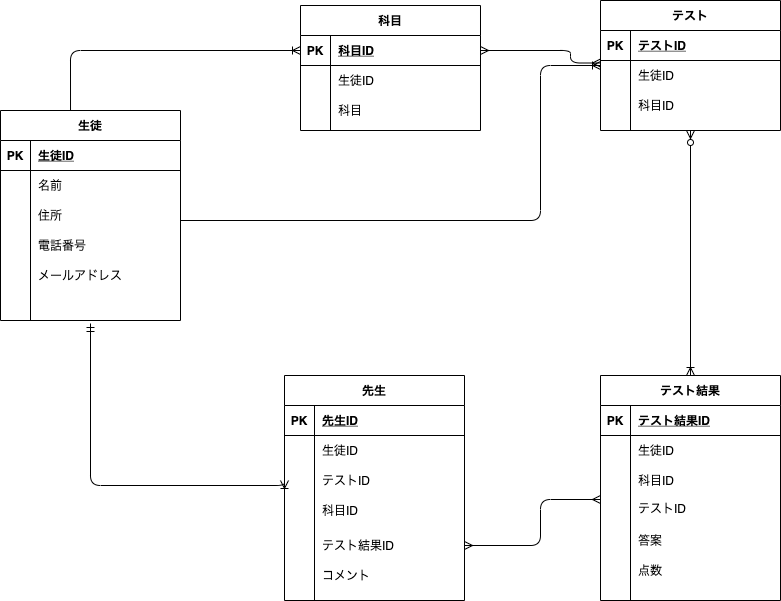
Ufaa/DB20210802goto keeps this draw.io diagram as ERtest.drawio.png. Above is the earlier version. Source tidied: cells renumbered, new cells last; positions are measured from the earlier drawing's top-left corner, leaving out a move shared by most shapes.
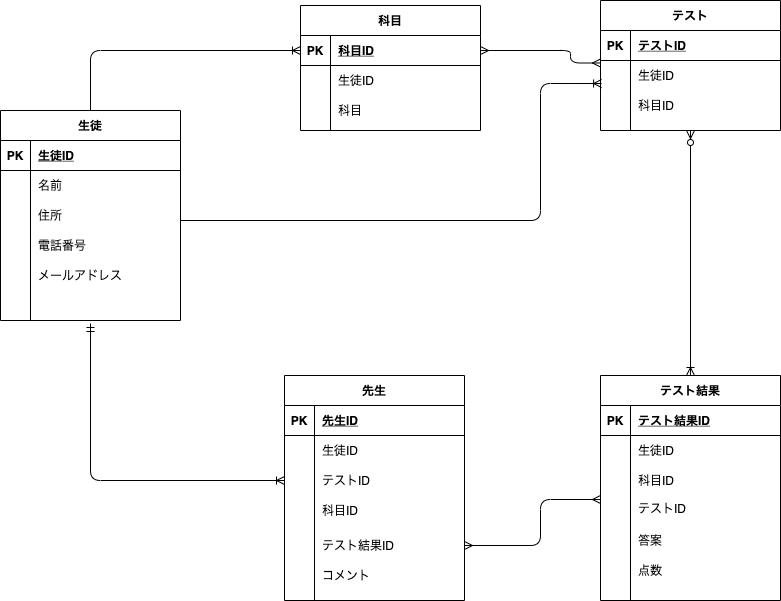
The same diagram one commit later.

What changed in the source:
```diff
@@ -209,7 +209,7 @@
     <mxCell id="70" style="fontSize=12;html=1;endArrow=ERoneToMany;startArrow=ERmandOne;entryX=0;entryY=0.5;entryDx=0;entryDy=0;exitX=0.5;exitY=1.1;exitDx=0;exitDy=0;exitPerimeter=0;edgeStyle=orthogonalEdgeStyle;" parent="1" edge="1" source="47" target="9">
       <mxGeometry relative="1" as="geometry">
         <Array as="points">
-          <mxPoint x="90" y="485" />
+          <mxPoint x="90" y="480" />
         </Array>
       </mxGeometry>
     </mxCell>
@@ -260,18 +260,17 @@
         </Array>
       </mxGeometry>
     </mxCell>
+    <mxCell id="84" style="edgeStyle=orthogonalEdgeStyle;fontSize=12;html=1;endArrow=ERoneToMany;exitX=0.389;exitY=0;exitDx=0;exitDy=0;exitPerimeter=0;entryX=0.006;entryY=0.767;entryDx=0;entryDy=0;entryPerimeter=0;" parent="1" edge="1" target="25">
+      <mxGeometry relative="1" as="geometry">
+        <mxPoint x="180" y="220" as="sourcePoint" />
+        <Array as="points">
+          <mxPoint x="540" y="220" />
+          <mxPoint x="540" y="83" />
+        </Array>
+      </mxGeometry>
+    </mxCell>
-    <mxCell id="83" style="edgeStyle=orthogonalEdgeStyle;fontSize=12;html=1;endArrow=ERoneToMany;exitX=0.389;exitY=0;exitDx=0;exitDy=0;exitPerimeter=0;entryX=0;entryY=0.5;entryDx=0;entryDy=0;" parent="1" edge="1" source="31" target="73">
+    <mxCell id="83" style="edgeStyle=orthogonalEdgeStyle;fontSize=12;html=1;endArrow=ERoneToMany;exitX=0.5;exitY=0;exitDx=0;exitDy=0;entryX=0;entryY=0.5;entryDx=0;entryDy=0;" parent="1" edge="1" source="31" target="73">
       <mxGeometry relative="1" as="geometry" />
     </mxCell>
-    <mxCell id="84" style="edgeStyle=orthogonalEdgeStyle;fontSize=12;html=1;endArrow=ERoneToMany;exitX=0.389;exitY=0;exitDx=0;exitDy=0;exitPerimeter=0;entryX=0;entryY=0.5;entryDx=0;entryDy=0;" parent="1" edge="1">
-      <mxGeometry relative="1" as="geometry">
-        <mxPoint x="180" y="220" as="sourcePoint" />
-        <mxPoint x="600" y="65" as="targetPoint" />
-        <Array as="points">
-          <mxPoint x="540" y="220" />
-          <mxPoint x="540" y="65" />
-        </Array>
-      </mxGeometry>
-    </mxCell>
   </root>
 </mxGraphModel>
```
